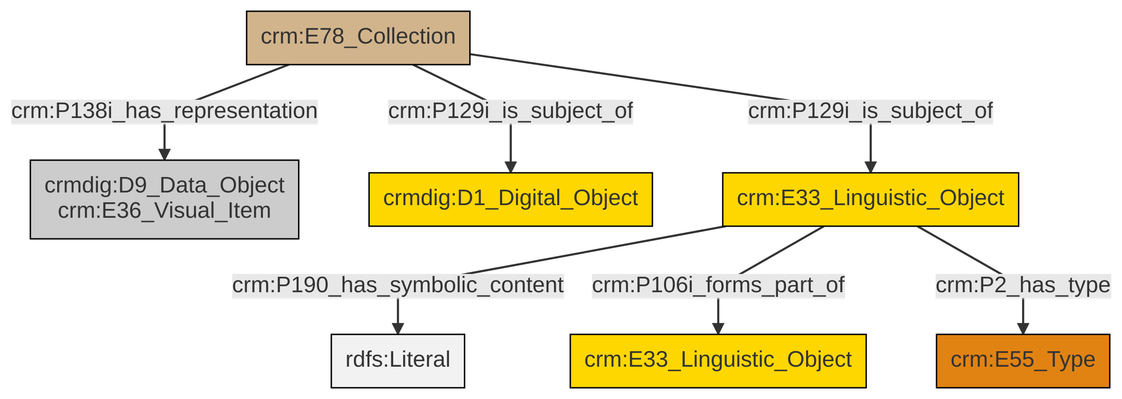
swiss-art-research-net/docs.swissartresearch keeps this Mermaid diagram as et/archivalCSV/ttl/mmd/png/archival_docs.png. Above is the earlier version. Its source is kept beside it as et/archivalCSV/ttl/mmd/archival_docs.ttl.mmd.
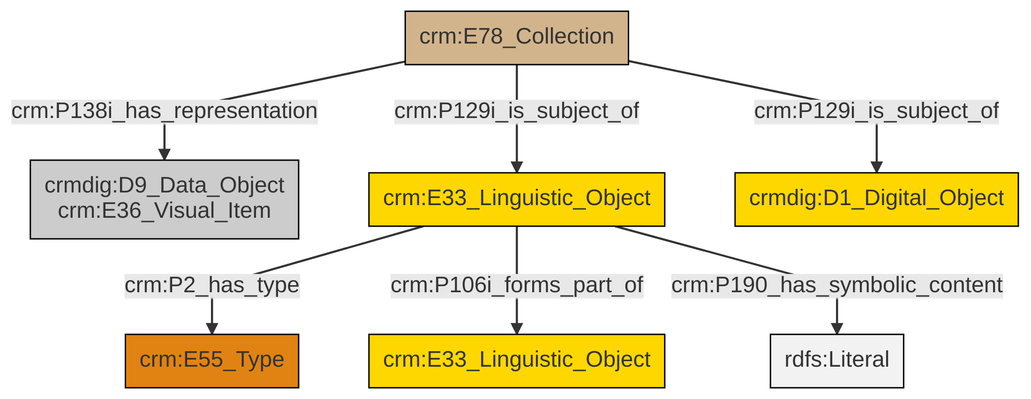
After the change.

Change to the diagram source:
```diff
@@ -13,9 +13,9 @@
 classDef PC_Classes fill:#4ce600, stroke:#000000;
 classDef Multi fill:#cccccc,stroke:#000000;
 
-0["crm:E78_Collection"]:::Physical_Thing -->|crm:P138i_has_representation| 1["crmdig:D9_Data_Object<br>crm:E36_Visual_Item"]:::Multi
-0["crm:E78_Collection"]:::Physical_Thing -->|crm:P129i_is_subject_of| 4["crmdig:D1_Digital_Object"]:::Conceptual_Object
-5["crm:E33_Linguistic_Object"]:::Conceptual_Object -->|crm:P190_has_symbolic_content| 6[rdfs:Literal]:::Literal
-0["crm:E78_Collection"]:::Physical_Thing -->|crm:P129i_is_subject_of| 5["crm:E33_Linguistic_Object"]:::Conceptual_Object
-5["crm:E33_Linguistic_Object"]:::Conceptual_Object -->|crm:P106i_forms_part_of| 2["crm:E33_Linguistic_Object"]:::Conceptual_Object
-5["crm:E33_Linguistic_Object"]:::Conceptual_Object -->|crm:P2_has_type| 9["crm:E55_Type"]:::Type
+6["crm:E33_Linguistic_Object"]:::Conceptual_Object -->|crm:P2_has_type| 4["crm:E55_Type"]:::Type
+7["crm:E78_Collection"]:::Physical_Thing -->|crm:P129i_is_subject_of| 6["crm:E33_Linguistic_Object"]:::Conceptual_Object
+7["crm:E78_Collection"]:::Physical_Thing -->|crm:P129i_is_subject_of| 9["crmdig:D1_Digital_Object"]:::Conceptual_Object
+6["crm:E33_Linguistic_Object"]:::Conceptual_Object -->|crm:P106i_forms_part_of| 2["crm:E33_Linguistic_Object"]:::Conceptual_Object
+6["crm:E33_Linguistic_Object"]:::Conceptual_Object -->|crm:P190_has_symbolic_content| 11[rdfs:Literal]:::Literal
+7["crm:E78_Collection"]:::Physical_Thing -->|crm:P138i_has_representation| 0["crmdig:D9_Data_Object<br>crm:E36_Visual_Item"]:::Multi
```
